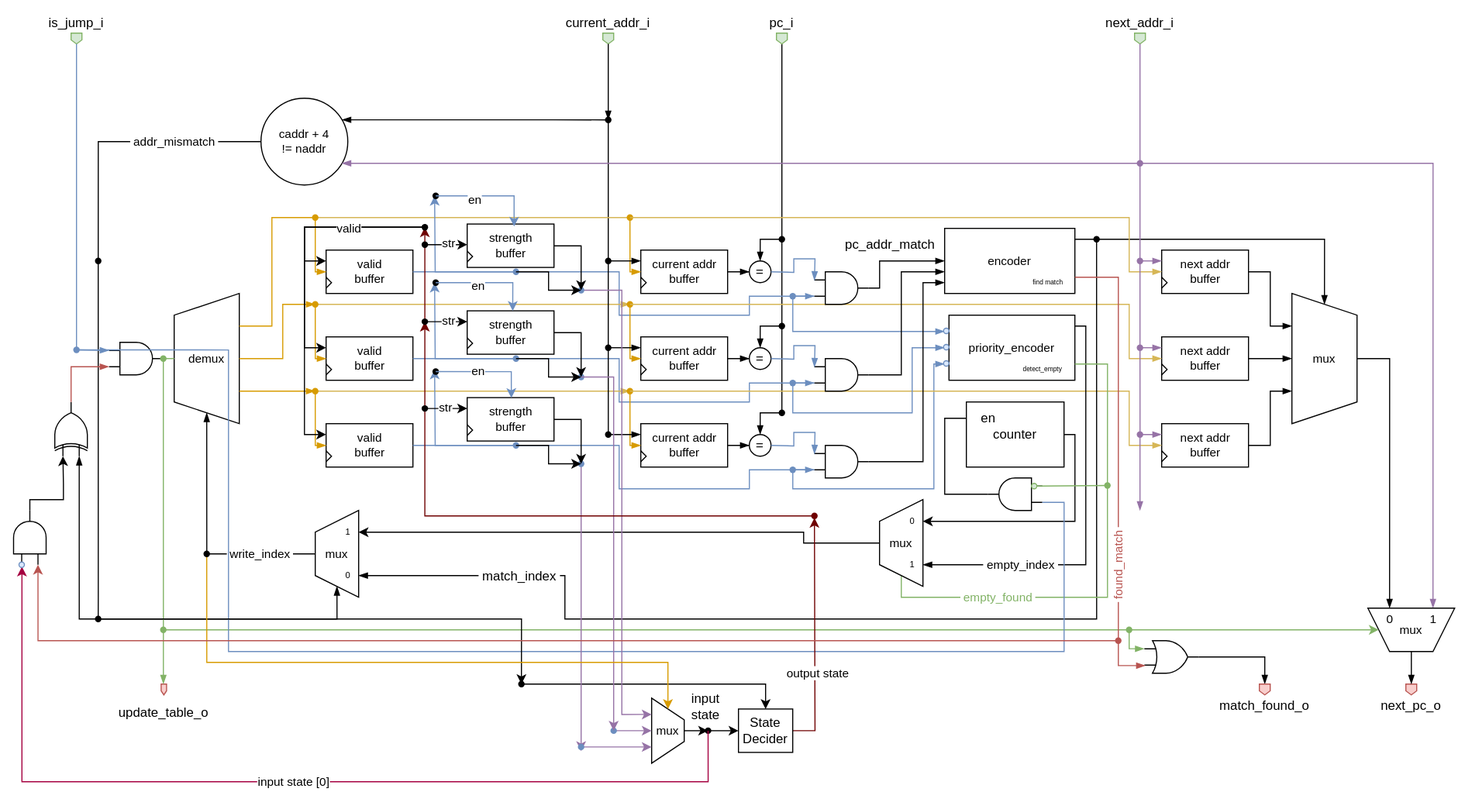
This is document/rtl/branch_target_buffer_des.svg from squared-studio/maverickOne, a draw.io export, as it was before one commit. Source tidied: cells renumbered, new cells last; positions are measured from the earlier drawing's top-left corner, leaving out a move shared by most shapes.
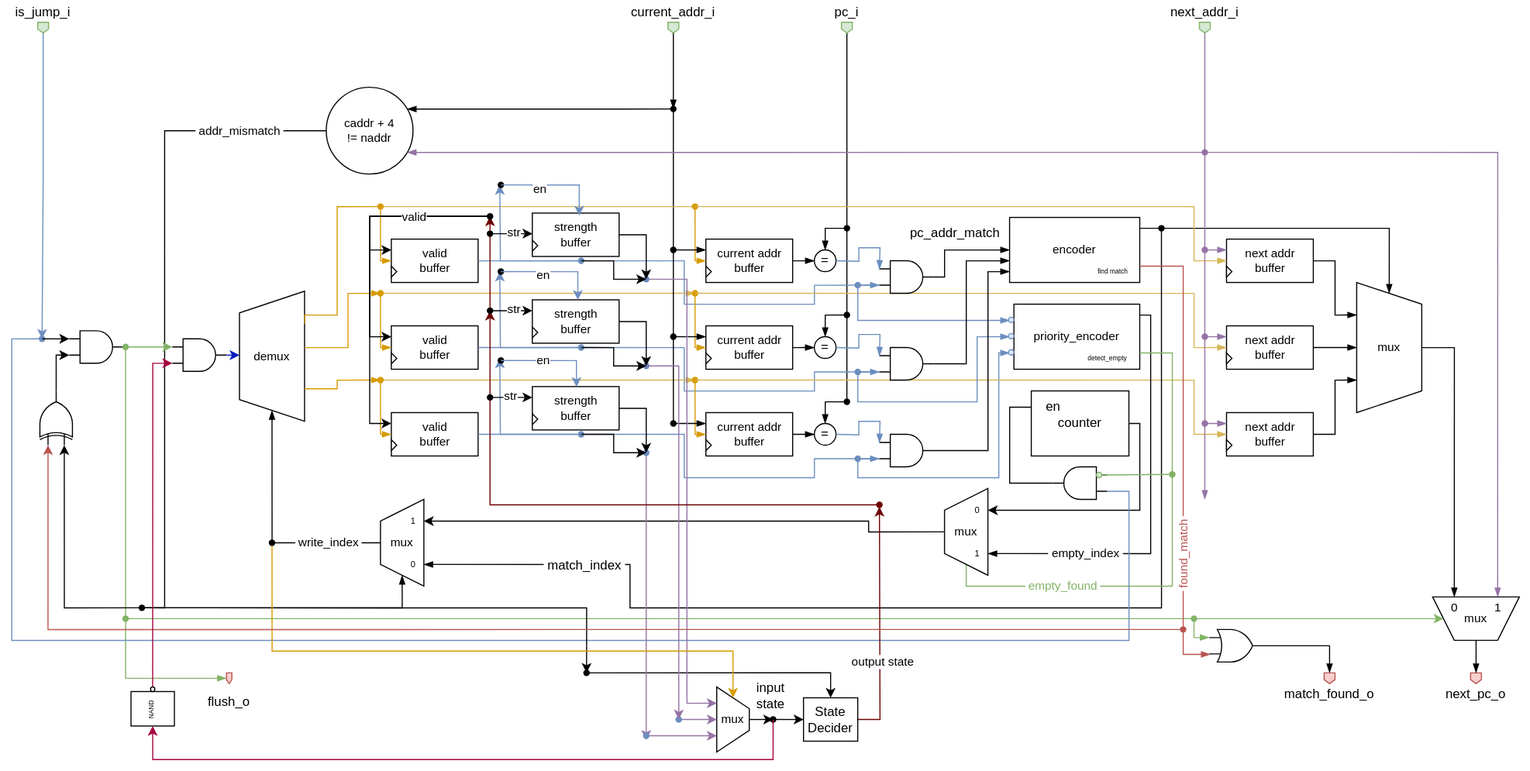
The same diagram one commit later.

The edit, as a diff of the source:
```diff
@@ -5,3 +5,3 @@
     <mxCell id="2" style="whiteSpace=wrap;html=1;fontFamily=Helvetica;fontSize=11;fontColor=default;labelBackgroundColor=default;strokeColor=none;" parent="1" vertex="1">
-      <mxGeometry width="1350" height="730" as="geometry" />
+      <mxGeometry x="-60" y="10" width="1410" height="710" as="geometry" />
     </mxCell>
@@ -398,3 +398,3 @@
     <mxCell id="101" value="demux" style="shape=trapezoid;perimeter=trapezoidPerimeter;whiteSpace=wrap;html=1;fixedSize=1;fontFamily=Helvetica;fontSize=11;fontColor=default;labelBackgroundColor=default;direction=north;" parent="1" vertex="1">
-      <mxGeometry x="160" y="270" width="60" height="120" as="geometry" />
+      <mxGeometry x="160" y="278" width="60" height="120" as="geometry" />
     </mxCell>
@@ -520,9 +520,16 @@
     </mxCell>
-    <mxCell id="125" value="&amp;nbsp;addr_mismatch&amp;nbsp;" style="edgeStyle=orthogonalEdgeStyle;shape=connector;rounded=0;jettySize=auto;html=1;strokeColor=default;align=center;verticalAlign=middle;fontFamily=Helvetica;fontSize=11;fontColor=default;labelBackgroundColor=default;endArrow=none;endFill=0;" parent="1" edge="1" source="117" target="127">
-      <mxGeometry x="-0.38" relative="1" as="geometry" />
+    <mxCell id="125" value="&amp;nbsp;addr_mismatch&amp;nbsp;" style="edgeStyle=orthogonalEdgeStyle;shape=connector;rounded=0;jettySize=auto;html=1;strokeColor=default;align=center;verticalAlign=middle;fontFamily=Helvetica;fontSize=11;fontColor=default;labelBackgroundColor=default;endArrow=none;endFill=0;" parent="1" edge="1" source="117">
+      <mxGeometry x="-0.38" relative="1" as="geometry">
+        <mxPoint x="90" y="240" as="targetPoint" />
+        <Array as="points">
+          <mxPoint x="91" y="130" />
+        </Array>
+      </mxGeometry>
     </mxCell>
-    <mxCell id="126" style="edgeStyle=orthogonalEdgeStyle;shape=connector;rounded=0;jettySize=auto;html=1;strokeColor=default;align=center;verticalAlign=middle;fontFamily=Helvetica;fontSize=11;fontColor=default;labelBackgroundColor=default;endArrow=none;endFill=0;entryX=0.723;entryY=0.598;entryDx=0;entryDy=0;entryPerimeter=0;" parent="1" edge="1" source="127" target="143">
+    <mxCell id="126" style="edgeStyle=orthogonalEdgeStyle;shape=connector;rounded=0;orthogonalLoop=1;jettySize=auto;html=1;strokeColor=default;align=center;verticalAlign=middle;fontFamily=Helvetica;fontSize=11;fontColor=default;labelBackgroundColor=default;endArrow=none;endFill=0;entryX=0.723;entryY=0.598;entryDx=0;entryDy=0;entryPerimeter=0;" parent="1" edge="1">
       <mxGeometry relative="1" as="geometry">
+        <mxPoint x="91" y="240" as="sourcePoint" />
+        <mxPoint x="71" y="570" as="targetPoint" />
         <Array as="points">
-          <mxPoint x="90" y="550" />
+          <mxPoint x="91" y="570" />
         </Array>
@@ -530,7 +537,4 @@
     </mxCell>
-    <mxCell id="127" style="shape=waypoint;sketch=0;size=6;points=[];fillColor=none;perimeter=centerPerimeter;snapToPoint=1;fontFamily=Helvetica;fontSize=11;fontColor=default;labelBackgroundColor=default;" parent="1" vertex="1">
-      <mxGeometry x="80" y="230" width="20" height="20" as="geometry" />
-    </mxCell>
     <mxCell id="128" value="is_jump_i&lt;div&gt;&lt;br&gt;&lt;/div&gt;&lt;div&gt;&lt;br&gt;&lt;/div&gt;" style="shape=offPageConnector;whiteSpace=wrap;html=1;fillColor=#d5e8d4;strokeColor=#82b366;" parent="1" vertex="1">
-      <mxGeometry x="65" y="30" width="10" height="10" as="geometry" />
+      <mxGeometry x="-26" y="30" width="10" height="10" as="geometry" />
     </mxCell>
@@ -562,3 +566,3 @@
     </mxCell>
-    <mxCell id="136" value="&lt;div&gt;&lt;span style=&quot;background-color: transparent; color: light-dark(rgb(0, 0, 0), rgb(255, 255, 255));&quot;&gt;&lt;br&gt;&lt;/span&gt;&lt;/div&gt;&lt;div&gt;&lt;span style=&quot;background-color: transparent; color: light-dark(rgb(0, 0, 0), rgb(255, 255, 255));&quot;&gt;&lt;br&gt;&lt;/span&gt;&lt;/div&gt;&lt;div&gt;&lt;span style=&quot;background-color: transparent; color: light-dark(rgb(0, 0, 0), rgb(255, 255, 255));&quot;&gt;&lt;br&gt;&lt;/span&gt;&lt;/div&gt;&lt;div&gt;&lt;span style=&quot;background-color: transparent; color: light-dark(rgb(0, 0, 0), rgb(255, 255, 255));&quot;&gt;update_table_o&lt;/span&gt;&lt;/div&gt;" style="shape=offPageConnector;whiteSpace=wrap;html=1;fillColor=#f8cecc;strokeColor=#b85450;" parent="1" vertex="1">
+    <mxCell id="136" value="&lt;div&gt;&lt;span style=&quot;background-color: transparent; color: light-dark(rgb(0, 0, 0), rgb(255, 255, 255));&quot;&gt;&lt;br&gt;&lt;/span&gt;&lt;/div&gt;&lt;div&gt;&lt;span style=&quot;background-color: transparent; color: light-dark(rgb(0, 0, 0), rgb(255, 255, 255));&quot;&gt;&lt;br&gt;&lt;/span&gt;&lt;/div&gt;&lt;div&gt;&lt;span style=&quot;background-color: transparent; color: light-dark(rgb(0, 0, 0), rgb(255, 255, 255));&quot;&gt;&lt;br&gt;&lt;/span&gt;&lt;/div&gt;&lt;div&gt;&lt;span style=&quot;background-color: transparent; color: light-dark(rgb(0, 0, 0), rgb(255, 255, 255));&quot;&gt;flush_o&lt;/span&gt;&lt;/div&gt;" style="shape=offPageConnector;whiteSpace=wrap;html=1;fillColor=#f8cecc;strokeColor=#b85450;" parent="1" vertex="1">
       <mxGeometry x="148" y="630" width="5" height="10" as="geometry" />
@@ -566,23 +570,7 @@
     <mxCell id="137" style="verticalLabelPosition=bottom;shadow=0;dashed=0;align=center;html=1;verticalAlign=top;shape=mxgraph.electrical.logic_gates.logic_gate;operation=xor;fontFamily=Helvetica;fontSize=11;fontColor=default;labelBackgroundColor=default;direction=north;" parent="1" vertex="1">
-      <mxGeometry x="50" y="370" width="30" height="50" as="geometry" />
+      <mxGeometry x="-24" y="370" width="30" height="50" as="geometry" />
     </mxCell>
     <mxCell id="138" style="verticalLabelPosition=bottom;shadow=0;dashed=0;align=center;html=1;verticalAlign=top;shape=mxgraph.electrical.logic_gates.logic_gate;operation=and;fontFamily=Helvetica;fontSize=11;fontColor=default;labelBackgroundColor=default;direction=east;" parent="1" vertex="1">
-      <mxGeometry x="100" y="315" width="50" height="30" as="geometry" />
+      <mxGeometry x="3" y="314.5" width="50" height="30" as="geometry" />
     </mxCell>
-    <mxCell id="139" style="endArrow=none;html=1;rounded=0;strokeColor=#82b366;align=center;verticalAlign=middle;fontFamily=Helvetica;fontSize=11;fontColor=default;labelBackgroundColor=default;edgeStyle=orthogonalEdgeStyle;fillColor=#d5e8d4;" parent="1" edge="1">
-      <mxGeometry relative="1" as="geometry">
-        <mxPoint x="160" y="330" as="sourcePoint" />
-        <mxPoint x="150" y="330" as="targetPoint" />
-      </mxGeometry>
-    </mxCell>
-    <mxCell id="140" style="edgeStyle=orthogonalEdgeStyle;shape=connector;rounded=0;jettySize=auto;html=1;entryX=0;entryY=0.25;entryDx=0;entryDy=0;entryPerimeter=0;strokeColor=#6c8ebf;align=center;verticalAlign=middle;fontFamily=Helvetica;fontSize=11;fontColor=default;labelBackgroundColor=default;endArrow=blockThin;endFill=1;fillColor=#dae8fc;" parent="1" edge="1" source="179" target="138">
-      <mxGeometry relative="1" as="geometry">
-        <Array as="points">
-          <mxPoint x="70" y="322" />
-        </Array>
-      </mxGeometry>
-    </mxCell>
-    <mxCell id="141" style="edgeStyle=orthogonalEdgeStyle;shape=connector;rounded=0;jettySize=auto;html=1;exitX=1;exitY=0.5;exitDx=0;exitDy=0;exitPerimeter=0;entryX=0;entryY=0.75;entryDx=0;entryDy=0;entryPerimeter=0;strokeColor=#b85450;align=center;verticalAlign=middle;fontFamily=Helvetica;fontSize=11;fontColor=default;labelBackgroundColor=default;endArrow=blockThin;endFill=1;fillColor=#f8cecc;" parent="1" edge="1" source="137" target="138">
-      <mxGeometry relative="1" as="geometry" />
-    </mxCell>
     <mxCell id="142" style="edgeStyle=orthogonalEdgeStyle;rounded=0;jettySize=auto;html=1;" parent="1" edge="1" source="205">
@@ -593,11 +581,4 @@
     <mxCell id="143" style="shape=waypoint;sketch=0;size=6;points=[];fillColor=none;perimeter=centerPerimeter;snapToPoint=1;fontFamily=Helvetica;fontSize=11;fontColor=default;labelBackgroundColor=default;" parent="1" vertex="1">
-      <mxGeometry x="80" y="560" width="20" height="20" as="geometry" />
+      <mxGeometry x="60" y="560" width="20" height="20" as="geometry" />
     </mxCell>
-    <mxCell id="144" style="edgeStyle=orthogonalEdgeStyle;shape=connector;rounded=0;jettySize=auto;html=1;exitX=0.402;exitY=0.617;exitDx=0;exitDy=0;exitPerimeter=0;entryX=0;entryY=0.75;entryDx=0;entryDy=0;entryPerimeter=0;strokeColor=default;align=center;verticalAlign=middle;fontFamily=Helvetica;fontSize=11;fontColor=default;labelBackgroundColor=default;endArrow=blockThin;endFill=1;" parent="1" edge="1" source="143" target="137">
-      <mxGeometry relative="1" as="geometry">
-        <Array as="points">
-          <mxPoint x="72" y="570" />
-        </Array>
-      </mxGeometry>
-    </mxCell>
     <mxCell id="145" style="edgeStyle=orthogonalEdgeStyle;shape=connector;rounded=0;jettySize=auto;html=1;strokeColor=#82b366;align=center;verticalAlign=middle;fontFamily=Helvetica;fontSize=11;fontColor=default;labelBackgroundColor=default;endArrow=blockThin;endFill=1;fillColor=#d5e8d4;" parent="1" edge="1" source="146" target="136">
@@ -605,4 +586,3 @@
         <Array as="points">
-          <mxPoint x="150" y="560" />
-          <mxPoint x="150" y="560" />
+          <mxPoint x="55" y="635" />
         </Array>
@@ -611,3 +591,3 @@
     <mxCell id="146" style="shape=waypoint;sketch=0;size=6;points=[];fillColor=#d5e8d4;perimeter=centerPerimeter;snapToPoint=1;fontFamily=Helvetica;fontSize=11;labelBackgroundColor=default;strokeColor=#82b366;" parent="1" vertex="1">
-      <mxGeometry x="140" y="320" width="20" height="20" as="geometry" />
+      <mxGeometry x="45" y="319.5" width="20" height="20" as="geometry" />
     </mxCell>
@@ -635,3 +615,3 @@
     <mxCell id="153" style="shape=waypoint;sketch=0;size=6;points=[];fillColor=#d5e8d4;perimeter=centerPerimeter;snapToPoint=1;strokeColor=#82b366;" parent="1" vertex="1">
-      <mxGeometry x="140" y="570" width="20" height="20" as="geometry" />
+      <mxGeometry x="45" y="570" width="20" height="20" as="geometry" />
     </mxCell>
@@ -725,5 +705,2 @@
     </mxCell>
-    <mxCell id="177" style="edgeStyle=orthogonalEdgeStyle;shape=connector;rounded=0;jettySize=auto;html=1;entryDx=0;entryDy=0;entryPerimeter=0;strokeColor=#6c8ebf;align=center;verticalAlign=middle;fontFamily=Helvetica;fontSize=11;fontColor=default;labelBackgroundColor=default;endArrow=none;endFill=0;fillColor=#dae8fc;" parent="1" edge="1" source="128" target="179">
-      <mxGeometry relative="1" as="geometry" />
-    </mxCell>
     <mxCell id="178" style="edgeStyle=orthogonalEdgeStyle;rounded=0;jettySize=auto;html=1;entryX=0;entryY=0.25;entryDx=0;entryDy=0;entryPerimeter=0;fillColor=#dae8fc;strokeColor=#6c8ebf;endArrow=none;endFill=0;" parent="1" edge="1" source="179" target="174">
@@ -731,6 +708,6 @@
         <Array as="points">
-          <mxPoint x="210" y="322" />
-          <mxPoint x="210" y="600" />
+          <mxPoint x="-50" y="322" />
+          <mxPoint x="-50" y="600" />
           <mxPoint x="980" y="600" />
-          <mxPoint x="980" y="462" />
+          <mxPoint x="980" y="463" />
         </Array>
@@ -739,3 +716,3 @@
     <mxCell id="179" style="shape=waypoint;sketch=0;size=6;points=[];fillColor=#dae8fc;perimeter=centerPerimeter;snapToPoint=1;strokeColor=#6c8ebf;" parent="1" vertex="1">
-      <mxGeometry x="60" y="312" width="20" height="20" as="geometry" />
+      <mxGeometry x="-32" y="312" width="20" height="20" as="geometry" />
     </mxCell>
@@ -1049,18 +1026,5 @@
     </mxCell>
-    <mxCell id="264" style="edgeStyle=orthogonalEdgeStyle;rounded=0;jettySize=auto;html=1;entryX=0;entryY=0.75;entryDx=0;entryDy=0;entryPerimeter=0;fillColor=#f8cecc;strokeColor=#b85450;" parent="1" edge="1" source="132" target="268">
+    <mxCell id="264" style="edgeStyle=orthogonalEdgeStyle;rounded=0;jettySize=auto;html=1;entryX=0;entryY=0.25;entryDx=0;entryDy=0;entryPerimeter=0;fillColor=#f8cecc;strokeColor=#b85450;" parent="1" edge="1" source="132" target="137">
       <mxGeometry relative="1" as="geometry" />
     </mxCell>
-    <mxCell id="265" style="edgeStyle=orthogonalEdgeStyle;rounded=0;orthogonalLoop=1;jettySize=auto;html=1;fillColor=#d80073;strokeColor=#A50040;entryX=0;entryY=1;entryDx=0;entryDy=0;" parent="1" edge="1">
-      <mxGeometry relative="1" as="geometry">
-        <mxPoint x="652" y="673" as="sourcePoint" />
-        <mxPoint x="19.7" y="521.8" as="targetPoint" />
-        <Array as="points">
-          <mxPoint x="652" y="720" />
-          <mxPoint x="20" y="720" />
-        </Array>
-      </mxGeometry>
-    </mxCell>
-    <mxCell id="266" value="input state [0]" style="edgeLabel;html=1;align=center;verticalAlign=middle;" parent="265" vertex="1">
-      <mxGeometry x="-0.02" y="-1" relative="1" as="geometry" />
-    </mxCell>
     <mxCell id="267" value="input&lt;div&gt;state&lt;/div&gt;" style="text;html=1;align=center;verticalAlign=middle;whiteSpace=wrap;rounded=0;" parent="1" vertex="1">
@@ -1068,17 +1032,49 @@
     </mxCell>
-    <mxCell id="268" style="verticalLabelPosition=bottom;shadow=0;dashed=0;align=center;html=1;verticalAlign=top;shape=mxgraph.electrical.logic_gates.logic_gate;operation=and;fontFamily=Helvetica;fontSize=11;fontColor=default;labelBackgroundColor=default;direction=north;" parent="1" vertex="1">
-      <mxGeometry x="12" y="470" width="30" height="50" as="geometry" />
-    </mxCell>
-    <mxCell id="269" style="ellipse;whiteSpace=wrap;html=1;fontFamily=Helvetica;fontSize=11;labelBackgroundColor=default;fillColor=#dae8fc;strokeColor=#6c8ebf;" parent="1" vertex="1">
-      <mxGeometry x="17" y="517.5" width="5" height="5" as="geometry" />
-    </mxCell>
-    <mxCell id="270" style="edgeStyle=orthogonalEdgeStyle;rounded=0;jettySize=auto;html=1;entryX=0;entryY=0.25;entryDx=0;entryDy=0;entryPerimeter=0;" parent="1" edge="1" source="268" target="137">
-      <mxGeometry relative="1" as="geometry">
-        <Array as="points">
-          <mxPoint x="27" y="460" />
-          <mxPoint x="58" y="460" />
-          <mxPoint x="58" y="445" />
-        </Array>
-      </mxGeometry>
-    </mxCell>
+    <mxCell id="141" style="edgeStyle=orthogonalEdgeStyle;rounded=0;jettySize=auto;html=1;exitX=1;exitY=0.5;exitDx=0;exitDy=0;exitPerimeter=0;entryX=0;entryY=0.75;entryDx=0;entryDy=0;entryPerimeter=0;" parent="1" edge="1" source="137" target="138">
+      <mxGeometry relative="1" as="geometry">
+        <Array as="points">
+          <mxPoint x="-9" y="337" />
+        </Array>
+      </mxGeometry>
+    </mxCell>
+    <mxCell id="140" style="edgeStyle=orthogonalEdgeStyle;rounded=0;jettySize=auto;html=1;entryX=0;entryY=0.25;entryDx=0;entryDy=0;entryPerimeter=0;" parent="1" edge="1" source="179" target="138">
+      <mxGeometry relative="1" as="geometry" />
+    </mxCell>
+    <mxCell id="271" style="edgeStyle=orthogonalEdgeStyle;rounded=0;jettySize=auto;html=1;exitX=1;exitY=0.5;exitDx=0;exitDy=0;exitPerimeter=0;fillColor=#0050ef;strokeColor=#001DBC;" parent="1" edge="1" source="272">
+      <mxGeometry relative="1" as="geometry">
+        <mxPoint x="160" y="337" as="targetPoint" />
+      </mxGeometry>
+    </mxCell>
+    <mxCell id="272" style="verticalLabelPosition=bottom;shadow=0;dashed=0;align=center;html=1;verticalAlign=top;shape=mxgraph.electrical.logic_gates.logic_gate;operation=and;fontFamily=Helvetica;fontSize=11;fontColor=default;labelBackgroundColor=default;direction=east;" parent="1" vertex="1">
+      <mxGeometry x="98" y="322" width="50" height="30" as="geometry" />
+    </mxCell>
+    <mxCell id="144" style="edgeStyle=orthogonalEdgeStyle;rounded=0;jettySize=auto;html=1;entryX=0;entryY=0.75;entryDx=0;entryDy=0;entryPerimeter=0;" parent="1" edge="1" source="143" target="137">
+      <mxGeometry relative="1" as="geometry" />
+    </mxCell>
+    <mxCell id="273" style="edgeStyle=orthogonalEdgeStyle;rounded=0;jettySize=auto;html=1;entryX=0;entryY=0.25;entryDx=0;entryDy=0;entryPerimeter=0;fillColor=#d5e8d4;strokeColor=#82b366;" parent="1" edge="1" source="138" target="272">
+      <mxGeometry relative="1" as="geometry" />
+    </mxCell>
+    <mxCell id="177" style="edgeStyle=orthogonalEdgeStyle;rounded=0;jettySize=auto;html=1;entryX=0.5;entryY=0.077;entryDx=0;entryDy=0;entryPerimeter=0;fillColor=#dae8fc;strokeColor=#6c8ebf;" parent="1" edge="1" source="128" target="179">
+      <mxGeometry relative="1" as="geometry" />
+    </mxCell>
+    <mxCell id="274" style="edgeStyle=orthogonalEdgeStyle;rounded=0;jettySize=auto;html=1;entryX=0;entryY=0.75;entryDx=0;entryDy=0;entryPerimeter=0;fillColor=#d80073;strokeColor=#A50040;" parent="1" edge="1" target="272">
+      <mxGeometry relative="1" as="geometry">
+        <mxPoint x="80" y="643" as="sourcePoint" />
+        <Array as="points">
+          <mxPoint x="80" y="420" />
+          <mxPoint x="80" y="420" />
+        </Array>
+      </mxGeometry>
+    </mxCell>
+    <mxCell id="275" style="verticalLabelPosition=bottom;shadow=0;dashed=0;align=center;html=1;verticalAlign=top;shape=mxgraph.electrical.iec_logic_gates.nand_2;direction=north;" parent="1" vertex="1">
+      <mxGeometry x="60" y="643" width="40" height="36" as="geometry" />
+    </mxCell>
+    <mxCell id="276" style="edgeStyle=orthogonalEdgeStyle;rounded=0;jettySize=auto;html=1;entryX=0;entryY=0.5;entryDx=0;entryDy=0;entryPerimeter=0;fillColor=#d80073;strokeColor=#A50040;" parent="1" edge="1" source="263" target="275">
+      <mxGeometry relative="1" as="geometry">
+        <Array as="points">
+          <mxPoint x="652" y="710" />
+          <mxPoint x="80" y="710" />
+        </Array>
+      </mxGeometry>
+    </mxCell>
   </root>
```
